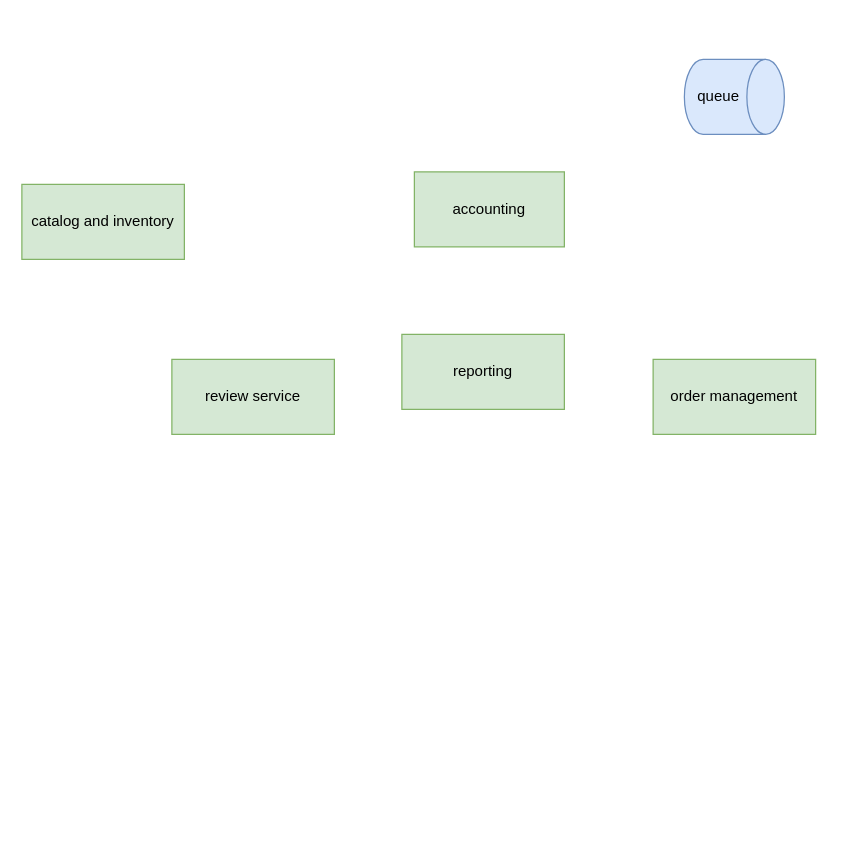
Above: workflows/global_architecture.drawio in movies-albrains/.github (draw.io), before the change. Source tidied: cells renumbered, new cells numbered last; positions are measured from the earlier drawing's top-left corner, leaving out a move shared by most shapes. Both pictures are drawn from the tidied source at 125%, with x=0, y=0 at pixel (21, 59).
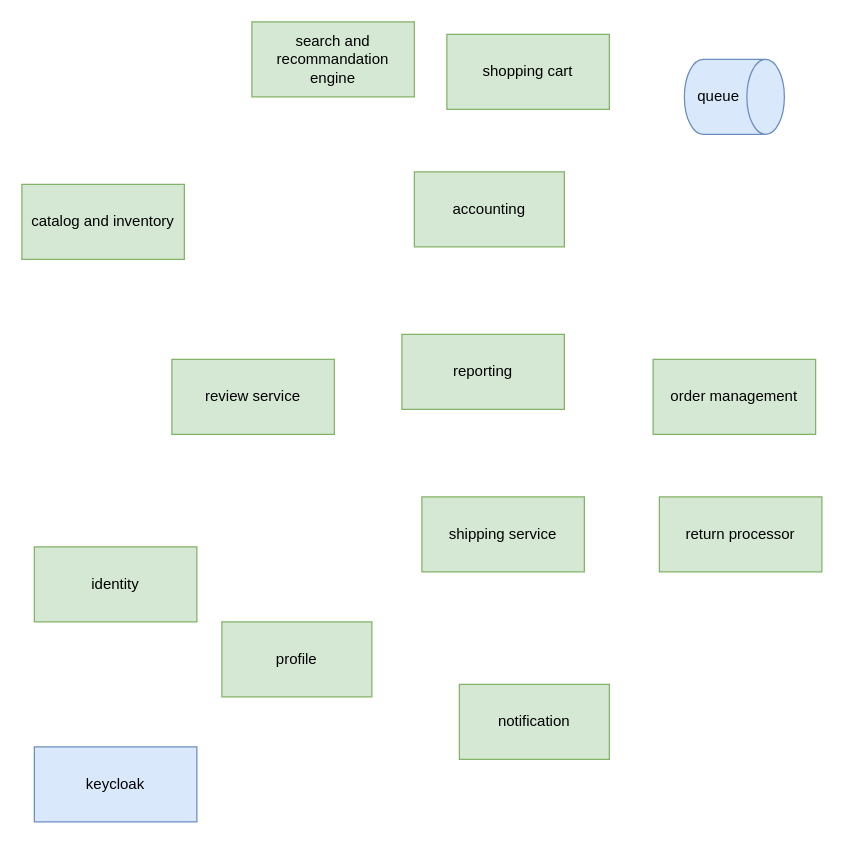
The same page after the edit.

Commit message (it also covers changes not shown here):
Mettre à jour global_architecture.drawio

Change to the diagram source:
```diff
@@
 <mxGraphModel>
   <root>
     <mxCell id="0" />
     <mxCell id="1" parent="0" />
     <mxCell id="2" value="catalog and inventory" style="rounded=0;whiteSpace=wrap;html=1;fillColor=#d5e8d4;strokeColor=#82b366;" parent="1" vertex="1">
       <mxGeometry y="100" width="130" height="60" as="geometry" />
     </mxCell>
     <mxCell id="3" value="accounting" style="rounded=0;whiteSpace=wrap;html=1;fillColor=#d5e8d4;strokeColor=#82b366;" parent="1" vertex="1">
       <mxGeometry x="314" y="90" width="120" height="60" as="geometry" />
     </mxCell>
     <mxCell id="4" value="queue" style="shape=cylinder3;whiteSpace=wrap;html=1;boundedLbl=1;backgroundOutline=1;size=15;direction=south;fillColor=#dae8fc;strokeColor=#6c8ebf;" parent="1" vertex="1">
       <mxGeometry x="530" width="80" height="60" as="geometry" />
     </mxCell>
     <mxCell id="5" value="review service" style="rounded=0;whiteSpace=wrap;html=1;fillColor=#d5e8d4;strokeColor=#82b366;" parent="1" vertex="1">
       <mxGeometry x="120" y="240" width="130" height="60" as="geometry" />
     </mxCell>
     <mxCell id="6" value="order management" style="rounded=0;whiteSpace=wrap;html=1;fillColor=#d5e8d4;strokeColor=#82b366;" parent="1" vertex="1">
       <mxGeometry x="505" y="240" width="130" height="60" as="geometry" />
     </mxCell>
     <mxCell id="7" value="reporting" style="rounded=0;whiteSpace=wrap;html=1;fillColor=#d5e8d4;strokeColor=#82b366;" parent="1" vertex="1">
       <mxGeometry x="304" y="220" width="130" height="60" as="geometry" />
     </mxCell>
+    <mxCell id="8" value="search and recommandation engine" style="rounded=0;whiteSpace=wrap;html=1;fillColor=#d5e8d4;strokeColor=#82b366;" parent="1" vertex="1">
+      <mxGeometry x="184" y="-30" width="130" height="60" as="geometry" />
+    </mxCell>
+    <mxCell id="9" value="shipping service" style="rounded=0;whiteSpace=wrap;html=1;fillColor=#d5e8d4;strokeColor=#82b366;" parent="1" vertex="1">
+      <mxGeometry x="320" y="350" width="130" height="60" as="geometry" />
+    </mxCell>
+    <mxCell id="10" value="shopping cart" style="rounded=0;whiteSpace=wrap;html=1;fillColor=#d5e8d4;strokeColor=#82b366;" parent="1" vertex="1">
+      <mxGeometry x="340" y="-20" width="130" height="60" as="geometry" />
+    </mxCell>
+    <mxCell id="11" value="identity" style="rounded=0;whiteSpace=wrap;html=1;fillColor=#d5e8d4;strokeColor=#82b366;" parent="1" vertex="1">
+      <mxGeometry x="10" y="390" width="130" height="60" as="geometry" />
+    </mxCell>
+    <mxCell id="12" value="keycloak" style="rounded=0;whiteSpace=wrap;html=1;fillColor=#dae8fc;strokeColor=#6c8ebf;" parent="1" vertex="1">
+      <mxGeometry x="10" y="550" width="130" height="60" as="geometry" />
+    </mxCell>
+    <mxCell id="13" value="return processor" style="rounded=0;whiteSpace=wrap;html=1;fillColor=#d5e8d4;strokeColor=#82b366;" parent="1" vertex="1">
+      <mxGeometry x="510" y="350" width="130" height="60" as="geometry" />
+    </mxCell>
+    <mxCell id="14" value="notification" style="whiteSpace=wrap;html=1;fillColor=#d5e8d4;strokeColor=#82b366;rounded=0;" parent="1" vertex="1">
+      <mxGeometry x="350" y="500" width="120" height="60" as="geometry" />
+    </mxCell>
+    <mxCell id="15" value="profile" style="rounded=0;whiteSpace=wrap;html=1;fillColor=#d5e8d4;strokeColor=#82b366;" parent="1" vertex="1">
+      <mxGeometry x="160" y="450" width="120" height="60" as="geometry" />
+    </mxCell>
   </root>
 </mxGraphModel>
```
